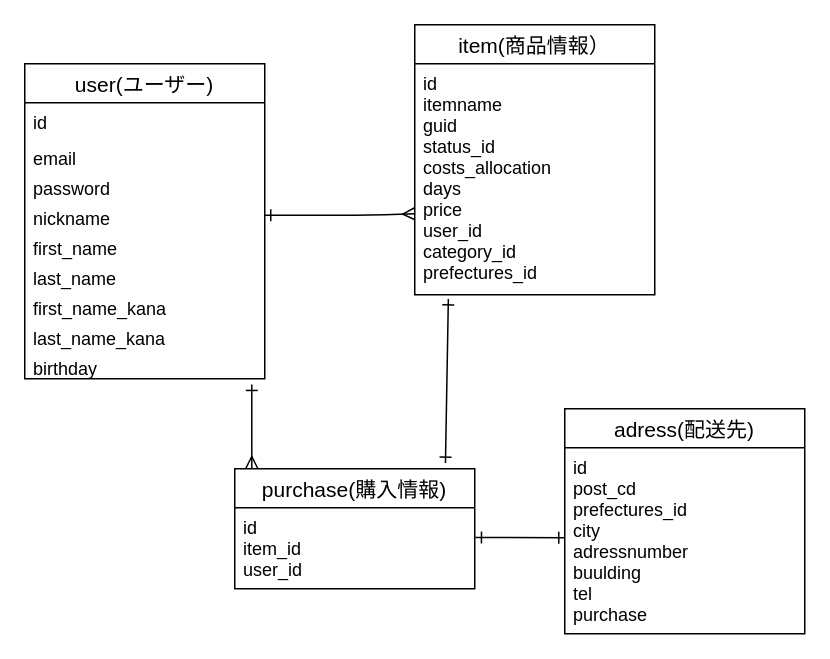
Before: database.dio in kmksrzw/furima-38586, a draw.io diagram. Source tidied: cells renumbered, new cells numbered last; positions are measured from the earlier drawing's top-left corner, leaving out a move shared by most shapes. Both pictures are drawn from the tidied source at 150%, with x=0, y=0 at pixel (24, 24).
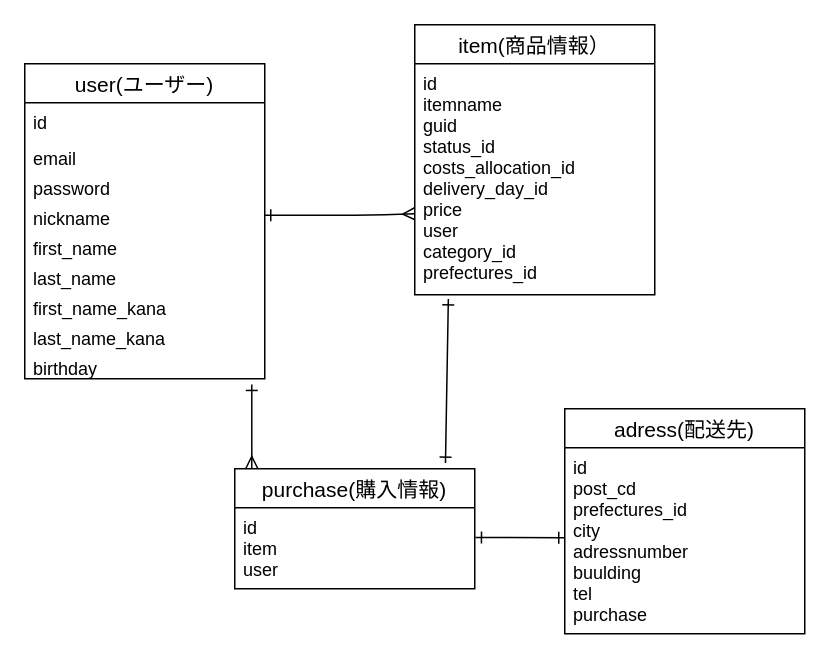
Above is the later version.

Commit message (it also covers changes not shown here):
プルリクエスト２回目の修正

The change refers to these unchanged cells:
```xml
<mxCell id="2" value="item(商品情報）" style="swimlane;fontStyle=0;horizontal=1;startSize=26;align=center;fontSize=14;" parent="1" vertex="1">
  <mxGeometry x="260" width="160" height="180" as="geometry" />
</mxCell>
<mxCell id="15" value="purchase(購入情報)" style="swimlane;fontStyle=0;horizontal=1;startSize=26;align=center;fontSize=14;" parent="1" vertex="1">
  <mxGeometry x="140" y="296" width="160" height="80" as="geometry" />
</mxCell>
```

Diff of the diagram source:
```diff
@@
-    <mxCell id="3" value="id&#10;itemname&#10;guid&#10;status_id&#10;costs_allocation&#10;days&#10;price&#10;user_id&#10;category_id&#10;prefectures_id" style="text;strokeColor=none;fillColor=none;spacingLeft=4;spacingRight=4;overflow=hidden;points=[[0,0.5],[1,0.5]];portConstraint=eastwest;fontSize=12;" parent="2" vertex="1">
+    <mxCell id="3" value="id&#10;itemname&#10;guid&#10;status_id&#10;costs_allocation_id&#10;delivery_day_id&#10;price&#10;user&#10;category_id&#10;prefectures_id" style="text;strokeColor=none;fillColor=none;spacingLeft=4;spacingRight=4;overflow=hidden;points=[[0,0.5],[1,0.5]];portConstraint=eastwest;fontSize=12;" parent="2" vertex="1">
       <mxGeometry y="26" width="160" height="154" as="geometry" />
     </mxCell>
@@
-    <mxCell id="16" value="id&#10;item_id&#10;user_id" style="text;strokeColor=none;fillColor=none;spacingLeft=4;spacingRight=4;overflow=hidden;points=[[0,0.5],[1,0.5]];portConstraint=eastwest;fontSize=12;" parent="15" vertex="1">
+    <mxCell id="16" value="id&#10;item&#10;user" style="text;strokeColor=none;fillColor=none;spacingLeft=4;spacingRight=4;overflow=hidden;points=[[0,0.5],[1,0.5]];portConstraint=eastwest;fontSize=12;" parent="15" vertex="1">
       <mxGeometry y="26" width="160" height="54" as="geometry" />
     </mxCell>
```
